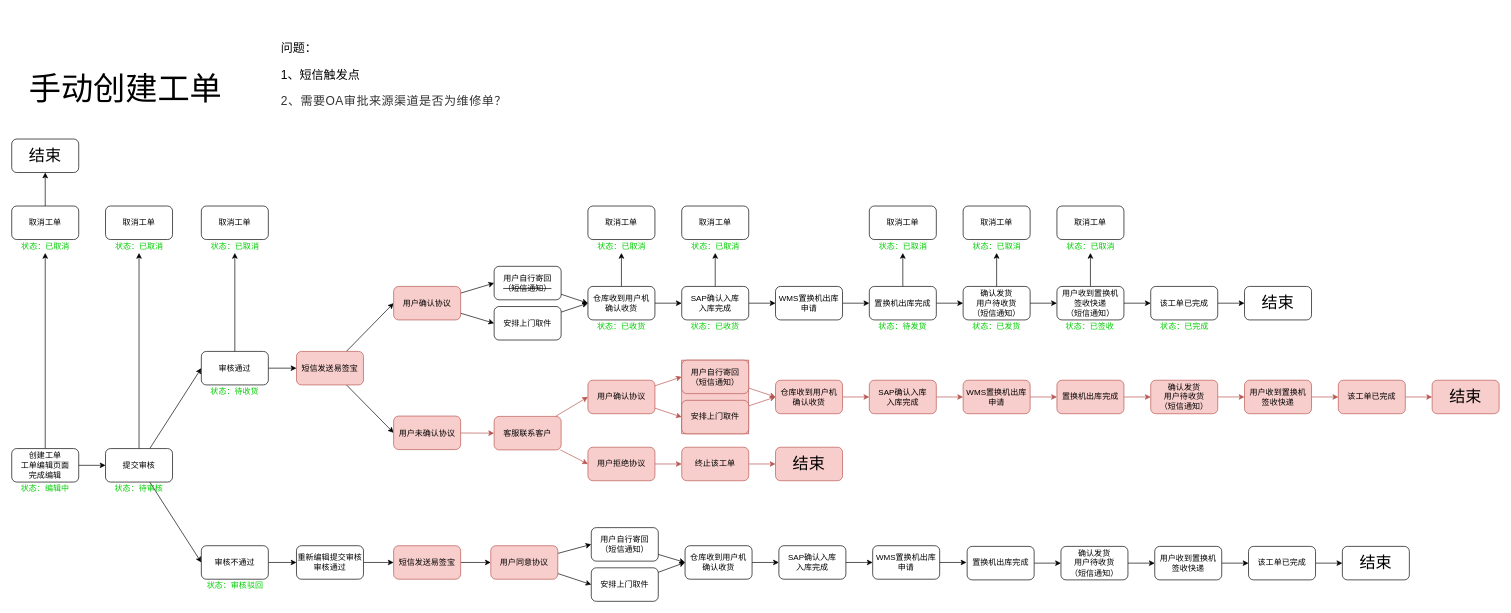
This is 场景.drawio from ErbanZ/DOG, a draw.io file, before an edit. Source tidied: cells renumbered, new cells numbered last; positions are measured from the earlier drawing's top-left corner, leaving out a move shared by most shapes. Both pictures are drawn from the tidied source at 67%, with x=0, y=0 at pixel (11, 11).
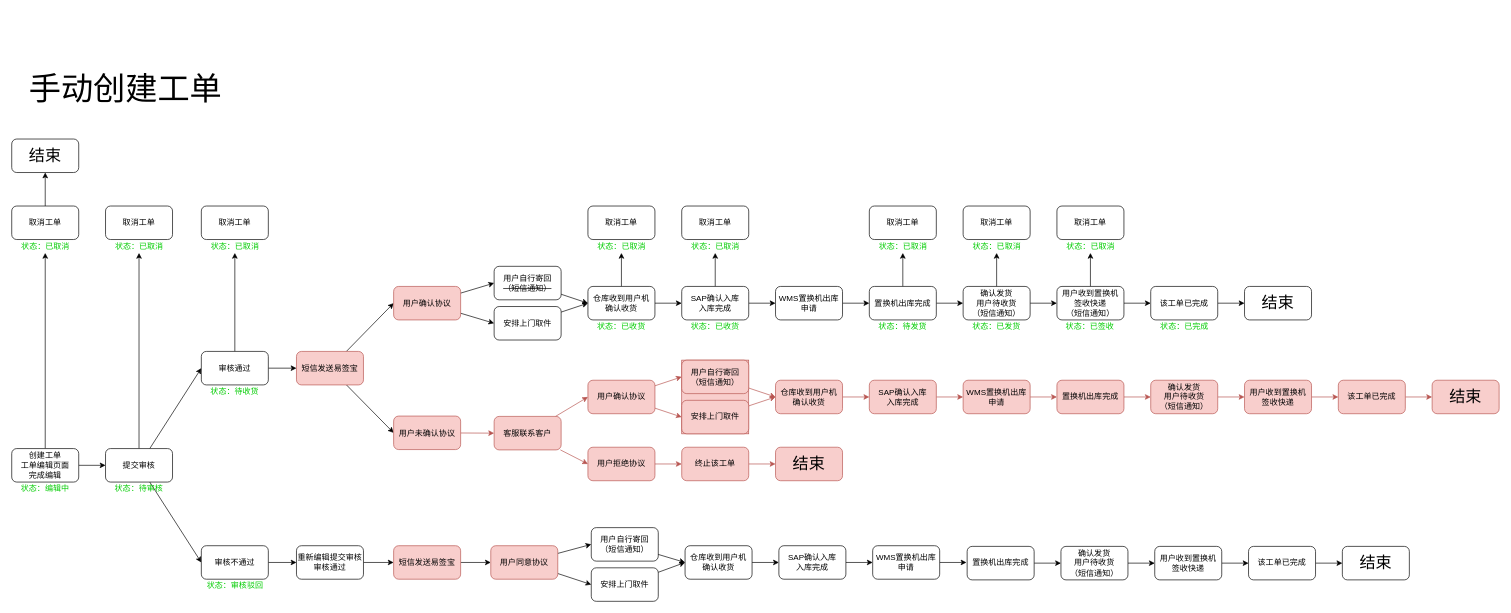
The same page after the edit.

Change to the diagram source:
```diff
@@
-    <mxCell id="142" value="&lt;p style=&quot;font-size: 18px&quot;&gt;&lt;font style=&quot;font-size: 18px&quot;&gt;&lt;font style=&quot;font-size: 18px&quot;&gt;问题：&lt;br&gt;&lt;/font&gt;&lt;/font&gt;&lt;/p&gt;&lt;p style=&quot;font-size: 18px&quot;&gt;&lt;font style=&quot;font-size: 18px&quot;&gt;&lt;font style=&quot;font-size: 18px&quot;&gt;1、短信触发点&lt;br&gt;&lt;/font&gt;&lt;/font&gt;&lt;/p&gt;&lt;p style=&quot;font-size: 18px&quot;&gt;&lt;span style=&quot;color: rgb(51 , 51 , 51) ; font-family: &amp;#34;helvetica&amp;#34; ; letter-spacing: 0.7px&quot;&gt;2、需要OA审批来源渠道是否为维修单？&lt;/span&gt;&lt;br&gt;&lt;/p&gt;&lt;p&gt;&lt;/p&gt;&lt;p&gt;&lt;/p&gt;&lt;p&gt;&lt;/p&gt;&lt;p&gt;&lt;/p&gt;" style="text;html=1;strokeColor=none;fillColor=none;align=left;verticalAlign=middle;whiteSpace=wrap;rounded=0;" parent="1" vertex="1">
-      <mxGeometry x="400" width="390" height="190" as="geometry" />
-    </mxCell>
```
